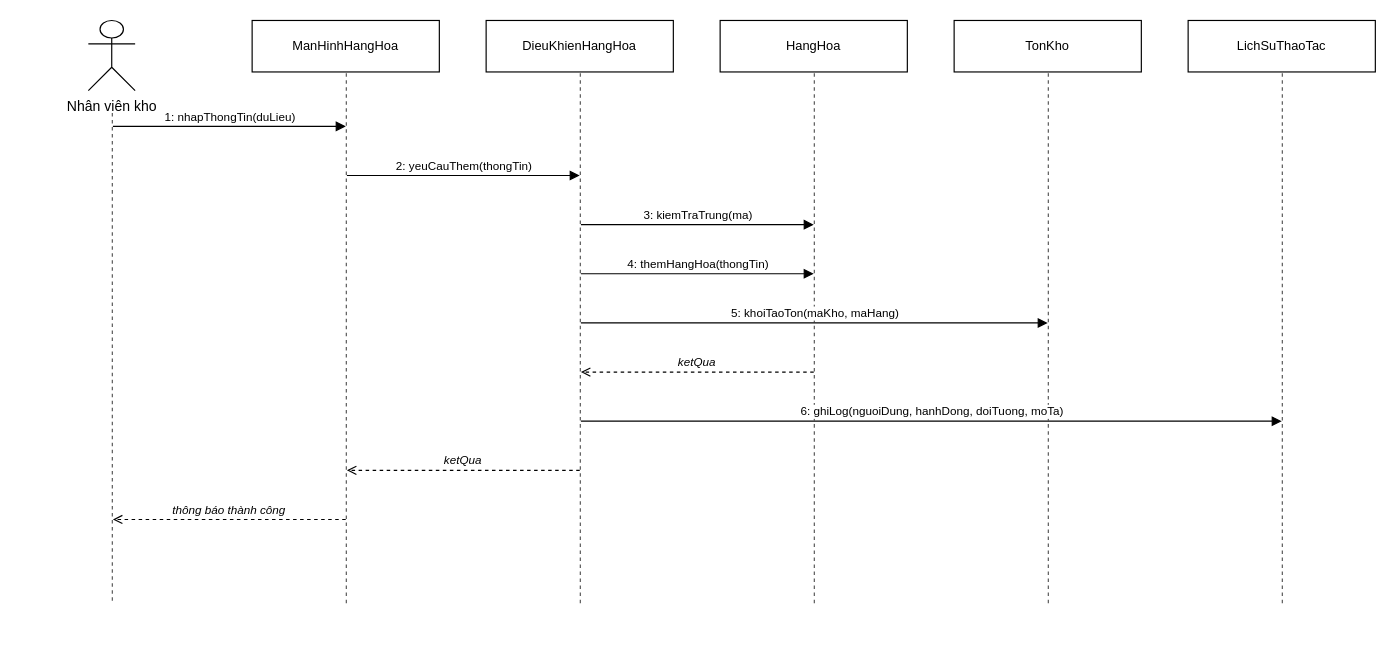
The draw.io diagram diagram/drawio/5.13_sequence_uc13.drawio in quangminh1212/Phan-tich-va-thiet-ke-he-thong, before the edit. Source tidied: cells renumbered, new cells numbered last; positions are measured from the earlier drawing's top-left corner, leaving out a move shared by most shapes. Both pictures are drawn from the tidied source at 117%, with x=0, y=0 at pixel (88, 20).
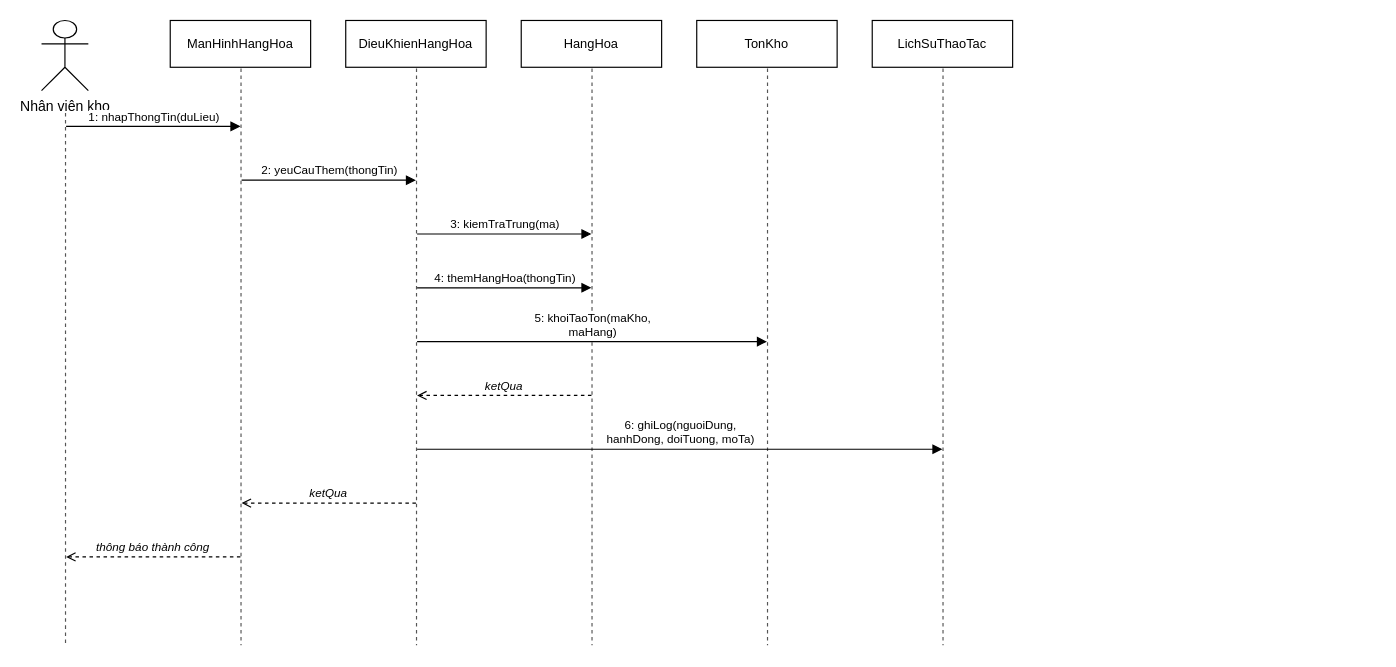
The same page after the edit.

Change to the diagram source:
```diff
@@
     <mxCell id="2" value="Nhân viên kho" style="shape=umlActor;verticalLabelPosition=bottom;verticalAlign=top;html=1;fillColor=#FFFFFF;strokeColor=#000000;" parent="1" vertex="1">
-      <mxGeometry width="40" height="60" as="geometry" />
+      <mxGeometry x="-40" width="40" height="60" as="geometry" />
     </mxCell>
     <mxCell id="3" style="point;html=1;fillColor=none;strokeColor=none;" parent="1" vertex="1">
-      <mxGeometry x="20" y="78" width="1" height="1" as="geometry" />
+      <mxGeometry x="-20" y="78" width="1" height="1" as="geometry" />
     </mxCell>
     <mxCell id="4" style="point;html=1;fillColor=none;strokeColor=none;" parent="1" vertex="1">
-      <mxGeometry x="20" y="498" width="1" height="1" as="geometry" />
+      <mxGeometry x="-20" y="534" width="1" height="1" as="geometry" />
     </mxCell>
@@
     <mxCell id="6" value="ManHinhHangHoa" style="rounded=0;whiteSpace=wrap;html=1;fillColor=#FFFFFF;strokeColor=#000000;fontSize=11;align=center;" parent="1" vertex="1">
-      <mxGeometry x="140" width="160" height="44" as="geometry" />
+      <mxGeometry x="70" width="120" height="40" as="geometry" />
     </mxCell>
     <mxCell id="7" style="point;html=1;fillColor=none;strokeColor=none;" parent="1" vertex="1">
-      <mxGeometry x="220" y="44" width="1" height="1" as="geometry" />
+      <mxGeometry x="130" y="40" width="1" height="1" as="geometry" />
     </mxCell>
     <mxCell id="8" style="point;html=1;fillColor=none;strokeColor=none;" parent="1" vertex="1">
-      <mxGeometry x="220" y="498" width="1" height="1" as="geometry" />
+      <mxGeometry x="130" y="534" width="1" height="1" as="geometry" />
     </mxCell>
@@
     <mxCell id="10" value="DieuKhienHangHoa" style="rounded=0;whiteSpace=wrap;html=1;fillColor=#FFFFFF;strokeColor=#000000;fontSize=11;align=center;" parent="1" vertex="1">
-      <mxGeometry x="340" width="160" height="44" as="geometry" />
+      <mxGeometry x="220" width="120" height="40" as="geometry" />
     </mxCell>
     <mxCell id="11" style="point;html=1;fillColor=none;strokeColor=none;" parent="1" vertex="1">
-      <mxGeometry x="420" y="44" width="1" height="1" as="geometry" />
+      <mxGeometry x="280" y="40" width="1" height="1" as="geometry" />
     </mxCell>
     <mxCell id="12" style="point;html=1;fillColor=none;strokeColor=none;" parent="1" vertex="1">
-      <mxGeometry x="420" y="498" width="1" height="1" as="geometry" />
+      <mxGeometry x="280" y="534" width="1" height="1" as="geometry" />
     </mxCell>
@@
     <mxCell id="14" value="HangHoa" style="rounded=0;whiteSpace=wrap;html=1;fillColor=#FFFFFF;strokeColor=#000000;fontSize=11;align=center;" parent="1" vertex="1">
-      <mxGeometry x="540" width="160" height="44" as="geometry" />
+      <mxGeometry x="370" width="120" height="40" as="geometry" />
     </mxCell>
     <mxCell id="15" style="point;html=1;fillColor=none;strokeColor=none;" parent="1" vertex="1">
-      <mxGeometry x="620" y="44" width="1" height="1" as="geometry" />
+      <mxGeometry x="430" y="40" width="1" height="1" as="geometry" />
     </mxCell>
     <mxCell id="16" style="point;html=1;fillColor=none;strokeColor=none;" parent="1" vertex="1">
-      <mxGeometry x="620" y="498" width="1" height="1" as="geometry" />
+      <mxGeometry x="430" y="534" width="1" height="1" as="geometry" />
     </mxCell>
@@
     <mxCell id="18" value="TonKho" style="rounded=0;whiteSpace=wrap;html=1;fillColor=#FFFFFF;strokeColor=#000000;fontSize=11;align=center;" parent="1" vertex="1">
-      <mxGeometry x="740" width="160" height="44" as="geometry" />
+      <mxGeometry x="520" width="120" height="40" as="geometry" />
     </mxCell>
     <mxCell id="19" style="point;html=1;fillColor=none;strokeColor=none;" parent="1" vertex="1">
-      <mxGeometry x="820" y="44" width="1" height="1" as="geometry" />
+      <mxGeometry x="580" y="40" width="1" height="1" as="geometry" />
     </mxCell>
     <mxCell id="20" style="point;html=1;fillColor=none;strokeColor=none;" parent="1" vertex="1">
-      <mxGeometry x="820" y="498" width="1" height="1" as="geometry" />
+      <mxGeometry x="580" y="534" width="1" height="1" as="geometry" />
     </mxCell>
@@
     <mxCell id="22" value="LichSuThaoTac" style="rounded=0;whiteSpace=wrap;html=1;fillColor=#FFFFFF;strokeColor=#000000;fontSize=11;align=center;" parent="1" vertex="1">
-      <mxGeometry x="940" width="160" height="44" as="geometry" />
+      <mxGeometry x="670" width="120" height="40" as="geometry" />
     </mxCell>
     <mxCell id="23" style="point;html=1;fillColor=none;strokeColor=none;" parent="1" vertex="1">
-      <mxGeometry x="1020" y="44" width="1" height="1" as="geometry" />
+      <mxGeometry x="730" y="40" width="1" height="1" as="geometry" />
     </mxCell>
     <mxCell id="24" style="point;html=1;fillColor=none;strokeColor=none;" parent="1" vertex="1">
-      <mxGeometry x="1020" y="498" width="1" height="1" as="geometry" />
+      <mxGeometry x="730" y="534" width="1" height="1" as="geometry" />
     </mxCell>
@@
     <mxCell id="26" style="point;html=1;fillColor=none;strokeColor=none;" parent="1" vertex="1">
-      <mxGeometry x="20" y="90" width="1" height="1" as="geometry" />
+      <mxGeometry x="-20" y="90" width="1" height="1" as="geometry" />
     </mxCell>
     <mxCell id="27" style="point;html=1;fillColor=none;strokeColor=none;" parent="1" vertex="1">
-      <mxGeometry x="220" y="90" width="1" height="1" as="geometry" />
+      <mxGeometry x="130" y="90" width="1" height="1" as="geometry" />
     </mxCell>
@@
     <mxCell id="29" style="point;html=1;fillColor=none;strokeColor=none;" parent="1" vertex="1">
-      <mxGeometry x="220" y="132" width="1" height="1" as="geometry" />
+      <mxGeometry x="130" y="136" width="1" height="1" as="geometry" />
     </mxCell>
     <mxCell id="30" style="point;html=1;fillColor=none;strokeColor=none;" parent="1" vertex="1">
-      <mxGeometry x="420" y="132" width="1" height="1" as="geometry" />
+      <mxGeometry x="280" y="136" width="1" height="1" as="geometry" />
     </mxCell>
@@
     <mxCell id="32" style="point;html=1;fillColor=none;strokeColor=none;" parent="1" vertex="1">
-      <mxGeometry x="420" y="174" width="1" height="1" as="geometry" />
+      <mxGeometry x="280" y="182" width="1" height="1" as="geometry" />
     </mxCell>
     <mxCell id="33" style="point;html=1;fillColor=none;strokeColor=none;" parent="1" vertex="1">
-      <mxGeometry x="620" y="174" width="1" height="1" as="geometry" />
+      <mxGeometry x="430" y="182" width="1" height="1" as="geometry" />
     </mxCell>
@@
     <mxCell id="35" style="point;html=1;fillColor=none;strokeColor=none;" parent="1" vertex="1">
-      <mxGeometry x="420" y="216" width="1" height="1" as="geometry" />
+      <mxGeometry x="280" y="228" width="1" height="1" as="geometry" />
     </mxCell>
     <mxCell id="36" style="point;html=1;fillColor=none;strokeColor=none;" parent="1" vertex="1">
-      <mxGeometry x="620" y="216" width="1" height="1" as="geometry" />
+      <mxGeometry x="430" y="228" width="1" height="1" as="geometry" />
     </mxCell>
@@
     <mxCell id="38" style="point;html=1;fillColor=none;strokeColor=none;" parent="1" vertex="1">
-      <mxGeometry x="420" y="258" width="1" height="1" as="geometry" />
+      <mxGeometry x="280" y="274" width="1" height="1" as="geometry" />
     </mxCell>
     <mxCell id="39" style="point;html=1;fillColor=none;strokeColor=none;" parent="1" vertex="1">
-      <mxGeometry x="820" y="258" width="1" height="1" as="geometry" />
+      <mxGeometry x="580" y="274" width="1" height="1" as="geometry" />
     </mxCell>
-    <mxCell id="40" value="5: khoiTaoTon(maKho, maHang)" style="html=1;verticalAlign=bottom;endArrow=block;endFill=1;rounded=0;strokeColor=#000000;fontSize=10;" parent="1" edge="1" source="38" target="39">
+    <mxCell id="40" value="5: khoiTaoTon(maKho,&#10;maHang)" style="html=1;verticalAlign=bottom;endArrow=block;endFill=1;rounded=0;strokeColor=#000000;fontSize=10;" parent="1" edge="1" source="38" target="39">
       <mxGeometry relative="1" as="geometry" />
     </mxCell>
     <mxCell id="41" style="point;html=1;fillColor=none;strokeColor=none;" parent="1" vertex="1">
-      <mxGeometry x="620" y="300" width="1" height="1" as="geometry" />
+      <mxGeometry x="430" y="320" width="1" height="1" as="geometry" />
     </mxCell>
     <mxCell id="42" style="point;html=1;fillColor=none;strokeColor=none;" parent="1" vertex="1">
-      <mxGeometry x="420" y="300" width="1" height="1" as="geometry" />
+      <mxGeometry x="280" y="320" width="1" height="1" as="geometry" />
     </mxCell>
@@
     <mxCell id="44" style="point;html=1;fillColor=none;strokeColor=none;" parent="1" vertex="1">
-      <mxGeometry x="420" y="342" width="1" height="1" as="geometry" />
+      <mxGeometry x="280" y="366" width="1" height="1" as="geometry" />
     </mxCell>
     <mxCell id="45" style="point;html=1;fillColor=none;strokeColor=none;" parent="1" vertex="1">
-      <mxGeometry x="1020" y="342" width="1" height="1" as="geometry" />
+      <mxGeometry x="730" y="366" width="1" height="1" as="geometry" />
     </mxCell>
-    <mxCell id="46" value="6: ghiLog(nguoiDung, hanhDong, doiTuong, moTa)" style="html=1;verticalAlign=bottom;endArrow=block;endFill=1;rounded=0;strokeColor=#000000;fontSize=10;" parent="1" edge="1" source="44" target="45">
+    <mxCell id="46" value="6: ghiLog(nguoiDung,&#10;hanhDong, doiTuong, moTa)" style="html=1;verticalAlign=bottom;endArrow=block;endFill=1;rounded=0;strokeColor=#000000;fontSize=10;" parent="1" edge="1" source="44" target="45">
       <mxGeometry relative="1" as="geometry" />
     </mxCell>
     <mxCell id="47" style="point;html=1;fillColor=none;strokeColor=none;" parent="1" vertex="1">
-      <mxGeometry x="420" y="384" width="1" height="1" as="geometry" />
+      <mxGeometry x="280" y="412" width="1" height="1" as="geometry" />
     </mxCell>
     <mxCell id="48" style="point;html=1;fillColor=none;strokeColor=none;" parent="1" vertex="1">
-      <mxGeometry x="220" y="384" width="1" height="1" as="geometry" />
+      <mxGeometry x="130" y="412" width="1" height="1" as="geometry" />
     </mxCell>
@@
     <mxCell id="50" style="point;html=1;fillColor=none;strokeColor=none;" parent="1" vertex="1">
-      <mxGeometry x="220" y="426" width="1" height="1" as="geometry" />
+      <mxGeometry x="130" y="458" width="1" height="1" as="geometry" />
     </mxCell>
     <mxCell id="51" style="point;html=1;fillColor=none;strokeColor=none;" parent="1" vertex="1">
-      <mxGeometry x="20" y="426" width="1" height="1" as="geometry" />
+      <mxGeometry x="-20" y="458" width="1" height="1" as="geometry" />
     </mxCell>
```
